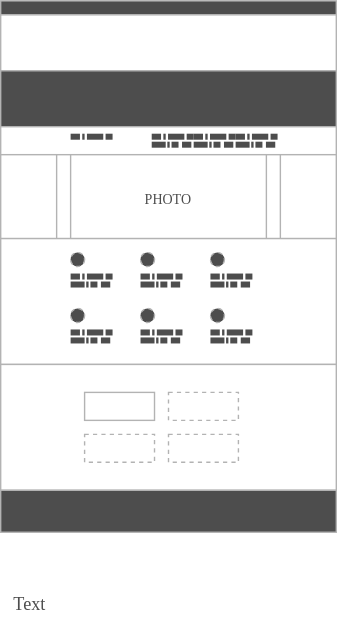
ajile/draw-io keeps this draw.io diagram as ambitious-figma.svg. Above is the earlier version. Source tidied: cells renumbered, new cells last; positions are measured from the earlier drawing's top-left corner, leaving out a move shared by most shapes.
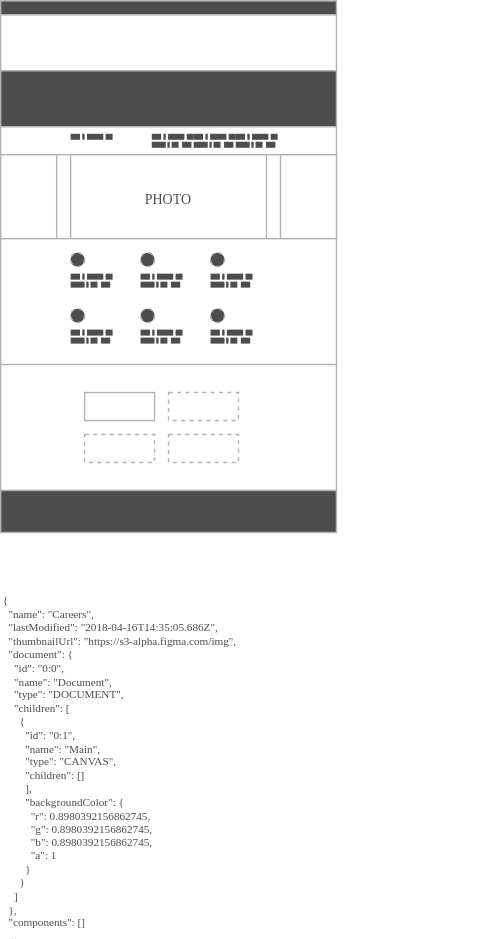
Later version of the same file.

Diff of the diagram source:
```diff
@@ -420,8 +420,8 @@
     <mxCell id="141" style="rounded=0;whiteSpace=wrap;html=1;shadow=0;dashed=1;strokeColor=none;strokeWidth=1;fillColor=#4D4D4D;fontFamily=Verdana;fontSize=13;fontColor=#4D4D4D;align=center;" parent="137" vertex="1">
       <mxGeometry x="25" width="5" height="4.3" as="geometry" />
     </mxCell>
-    <mxCell id="142" value="Text" style="text;html=1;strokeColor=none;fillColor=none;align=center;verticalAlign=middle;whiteSpace=wrap;rounded=0;shadow=0;dashed=1;fontFamily=Verdana;fontSize=13;fontColor=#4D4D4D;" parent="98" vertex="1">
-      <mxGeometry y="420" width="40" height="20" as="geometry" />
+    <mxCell id="142" value="&lt;div style=&quot;font-size: 8px&quot;&gt;{&lt;/div&gt;&lt;div style=&quot;font-size: 8px&quot;&gt;&amp;nbsp; &quot;name&quot;: &quot;Careers&quot;,&lt;/div&gt;&lt;div style=&quot;font-size: 8px&quot;&gt;&amp;nbsp; &quot;lastModified&quot;: &quot;2018-04-16T14:35:05.686Z&quot;,&lt;/div&gt;&lt;div style=&quot;font-size: 8px&quot;&gt;&amp;nbsp; &quot;thumbnailUrl&quot;: &quot;https://s3-alpha.figma.com/img&quot;,&lt;/div&gt;&lt;div style=&quot;font-size: 8px&quot;&gt;&amp;nbsp; &quot;document&quot;: {&lt;/div&gt;&lt;div style=&quot;font-size: 8px&quot;&gt;&amp;nbsp; &amp;nbsp; &quot;id&quot;: &quot;0:0&quot;,&lt;/div&gt;&lt;div style=&quot;font-size: 8px&quot;&gt;&amp;nbsp; &amp;nbsp; &quot;name&quot;: &quot;Document&quot;,&lt;/div&gt;&lt;div style=&quot;font-size: 8px&quot;&gt;&amp;nbsp; &amp;nbsp; &quot;type&quot;: &quot;DOCUMENT&quot;,&lt;/div&gt;&lt;div style=&quot;font-size: 8px&quot;&gt;&amp;nbsp; &amp;nbsp; &quot;children&quot;: [&lt;/div&gt;&lt;div style=&quot;font-size: 8px&quot;&gt;&amp;nbsp; &amp;nbsp; &amp;nbsp; {&lt;/div&gt;&lt;div style=&quot;font-size: 8px&quot;&gt;&amp;nbsp; &amp;nbsp; &amp;nbsp; &amp;nbsp; &quot;id&quot;: &quot;0:1&quot;,&lt;/div&gt;&lt;div style=&quot;font-size: 8px&quot;&gt;&amp;nbsp; &amp;nbsp; &amp;nbsp; &amp;nbsp; &quot;name&quot;: &quot;Main&quot;,&lt;/div&gt;&lt;div style=&quot;font-size: 8px&quot;&gt;&amp;nbsp; &amp;nbsp; &amp;nbsp; &amp;nbsp; &quot;type&quot;: &quot;CANVAS&quot;,&lt;/div&gt;&lt;div style=&quot;font-size: 8px&quot;&gt;&amp;nbsp; &amp;nbsp; &amp;nbsp; &amp;nbsp; &quot;children&quot;: []&lt;/div&gt;&lt;div style=&quot;font-size: 8px&quot;&gt;&lt;div style=&quot;font-size: 8px&quot;&gt;&amp;nbsp; &amp;nbsp; &amp;nbsp; &amp;nbsp; ],&lt;/div&gt;&lt;div style=&quot;font-size: 8px&quot;&gt;&amp;nbsp; &amp;nbsp; &amp;nbsp; &amp;nbsp; &quot;backgroundColor&quot;: {&lt;/div&gt;&lt;div style=&quot;font-size: 8px&quot;&gt;&amp;nbsp; &amp;nbsp; &amp;nbsp; &amp;nbsp; &amp;nbsp; &quot;r&quot;: 0.8980392156862745,&lt;/div&gt;&lt;div style=&quot;font-size: 8px&quot;&gt;&amp;nbsp; &amp;nbsp; &amp;nbsp; &amp;nbsp; &amp;nbsp; &quot;g&quot;: 0.8980392156862745,&lt;/div&gt;&lt;div style=&quot;font-size: 8px&quot;&gt;&amp;nbsp; &amp;nbsp; &amp;nbsp; &amp;nbsp; &amp;nbsp; &quot;b&quot;: 0.8980392156862745,&lt;/div&gt;&lt;div style=&quot;font-size: 8px&quot;&gt;&amp;nbsp; &amp;nbsp; &amp;nbsp; &amp;nbsp; &amp;nbsp; &quot;a&quot;: 1&lt;/div&gt;&lt;div style=&quot;font-size: 8px&quot;&gt;&amp;nbsp; &amp;nbsp; &amp;nbsp; &amp;nbsp; }&lt;/div&gt;&lt;div style=&quot;font-size: 8px&quot;&gt;&amp;nbsp; &amp;nbsp; &amp;nbsp; }&lt;/div&gt;&lt;div style=&quot;font-size: 8px&quot;&gt;&amp;nbsp; &amp;nbsp; ]&lt;/div&gt;&lt;div style=&quot;font-size: 8px&quot;&gt;&amp;nbsp; },&lt;/div&gt;&lt;div style=&quot;font-size: 8px&quot;&gt;&amp;nbsp; &quot;components&quot;: []&lt;br&gt;&amp;nbsp; ...&lt;br&gt;}&lt;/div&gt;&lt;/div&gt;" style="text;html=1;strokeColor=none;fillColor=none;align=left;verticalAlign=middle;whiteSpace=wrap;rounded=0;shadow=0;dashed=1;fontFamily=Verdana;fontSize=8;fontColor=#4D4D4D;" parent="98" vertex="1">
+      <mxGeometry y="420" width="350" height="250" as="geometry" />
     </mxCell>
   </root>
 </mxGraphModel>
```
